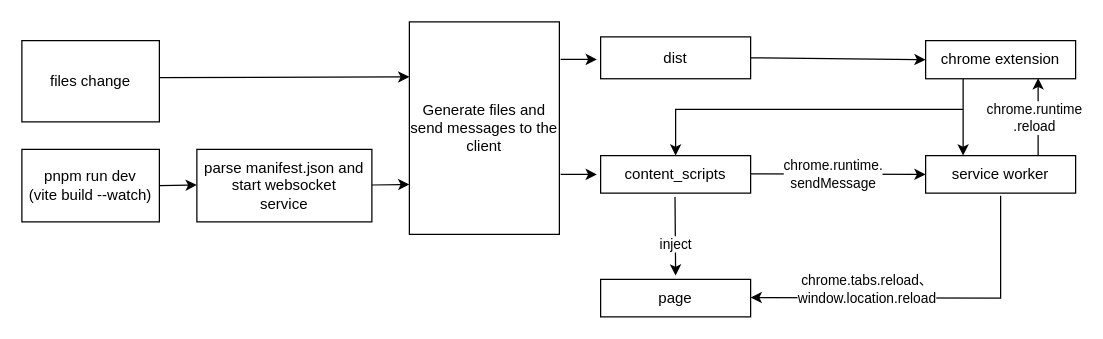
Jervis2049/vite-plugin-crx-mv3 keeps this draw.io diagram as docs/workflow.drawio. Above is the earlier version. Source tidied: cells renumbered, new cells numbered last; positions are measured from the earlier drawing's top-left corner, leaving out a move shared by most shapes. Both pictures are drawn from the tidied source at 125%, with x=0, y=0 at pixel (21, 21).
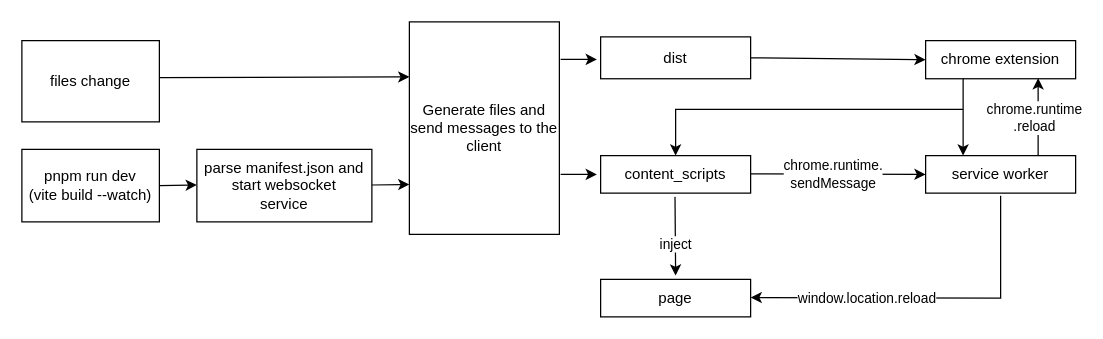
The same diagram, later.

Unchanged cells that the change refers to:
```xml
<mxCell id="23" style="endArrow=classic;html=1;rounded=0;" parent="1" edge="1">
  <mxGeometry relative="1" as="geometry">
    <mxPoint x="783" y="139" as="sourcePoint" />
    <mxPoint x="583" y="220.5" as="targetPoint" />
    <Array as="points">
      <mxPoint x="783" y="221" />
    </Array>
  </mxGeometry>
</mxCell>
```

The edit, as a diff of the source:
```diff
@@
-    <mxCell id="24" value="chrome.tabs.reload、&lt;br&gt;window.location.reload" style="edgeLabel;html=1;align=center;verticalAlign=middle;" parent="23" vertex="1">
+    <mxCell id="24" value="&lt;br&gt;window.location.reload" style="edgeLabel;html=1;align=center;verticalAlign=middle;" parent="23" vertex="1">
       <mxGeometry x="0.48" y="-2" relative="1" as="geometry">
         <mxPoint x="19" y="-5" as="offset" />
       </mxGeometry>
     </mxCell>
```
